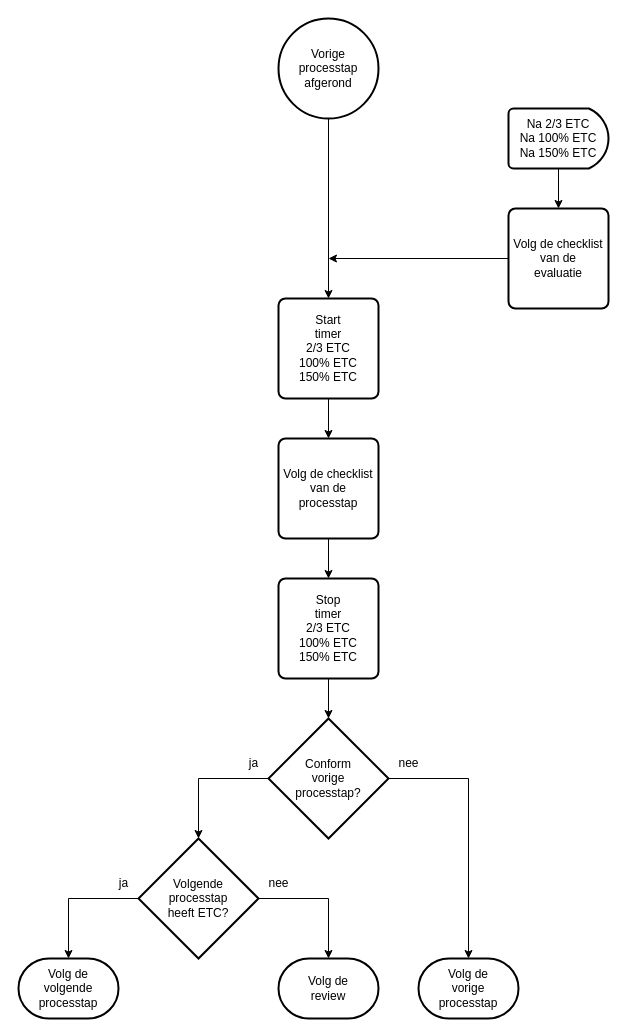
Before: 2 Issue Tracker tijdtriggers.drawio in Zaibatsu89/IssueTracker, a draw.io diagram. Source tidied: cells renumbered, new cells numbered last; positions are measured from the earlier drawing's top-left corner, leaving out a move shared by most shapes. Both pictures are drawn from the tidied source at 100%, with x=0, y=0 at pixel (18, 18).
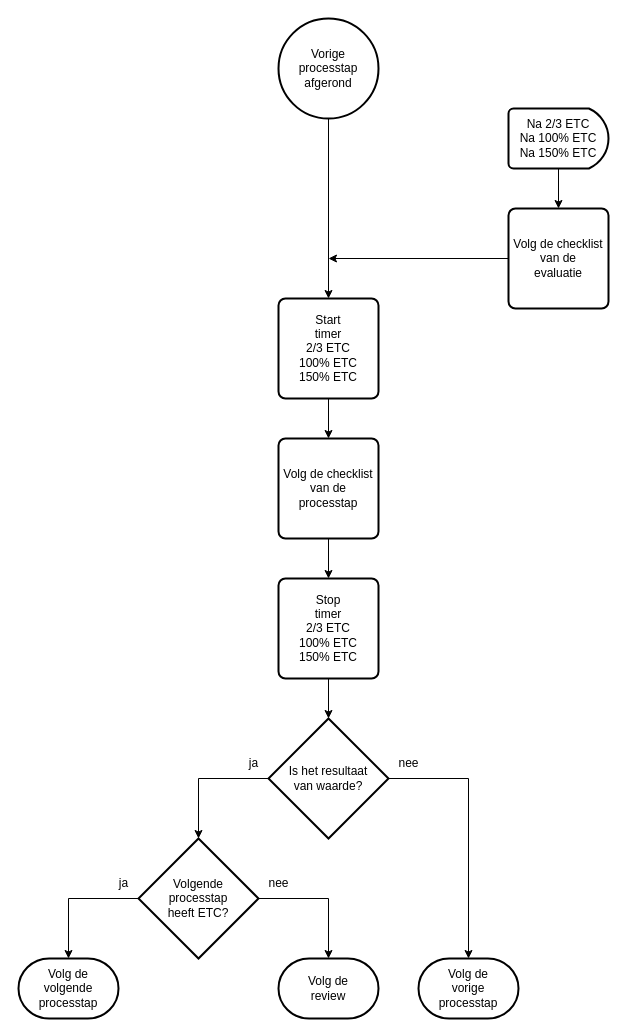
Above is the later version.

Commit message:
heb ik het gecontroleerd op waarde? in flowcharts

What changed in the source:
```diff
@@
-    <mxCell id="8" value="Conform&lt;br&gt;vorige&lt;br&gt;processtap?" style="strokeWidth=2;html=1;shape=mxgraph.flowchart.decision;whiteSpace=wrap;" parent="1" vertex="1">
+    <mxCell id="8" value="Is het resultaat&lt;br&gt;van waarde?" style="strokeWidth=2;html=1;shape=mxgraph.flowchart.decision;whiteSpace=wrap;" parent="1" vertex="1">
       <mxGeometry x="250" y="700" width="120" height="120" as="geometry" />
     </mxCell>
```
